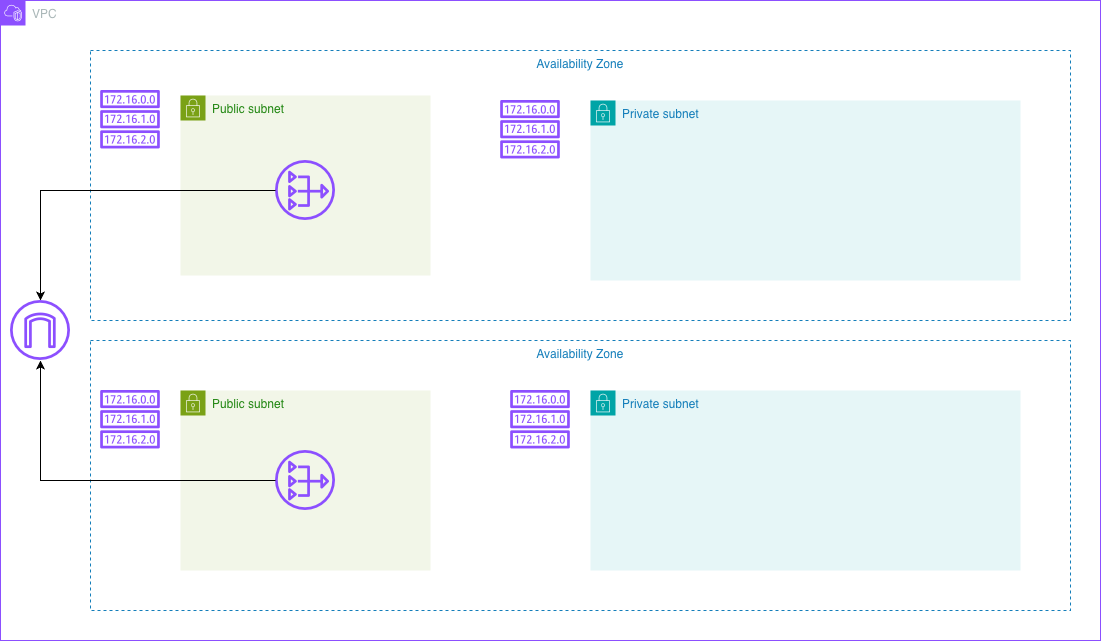
This is ecs-rds-deployment-architecture-diagram.drawio.png from jaheimpink77/ecs-rds-deployment, a draw.io export, as it was before one commit. Source tidied: cells renumbered, new cells last; positions are measured from the earlier drawing's top-left corner, leaving out a move shared by most shapes.
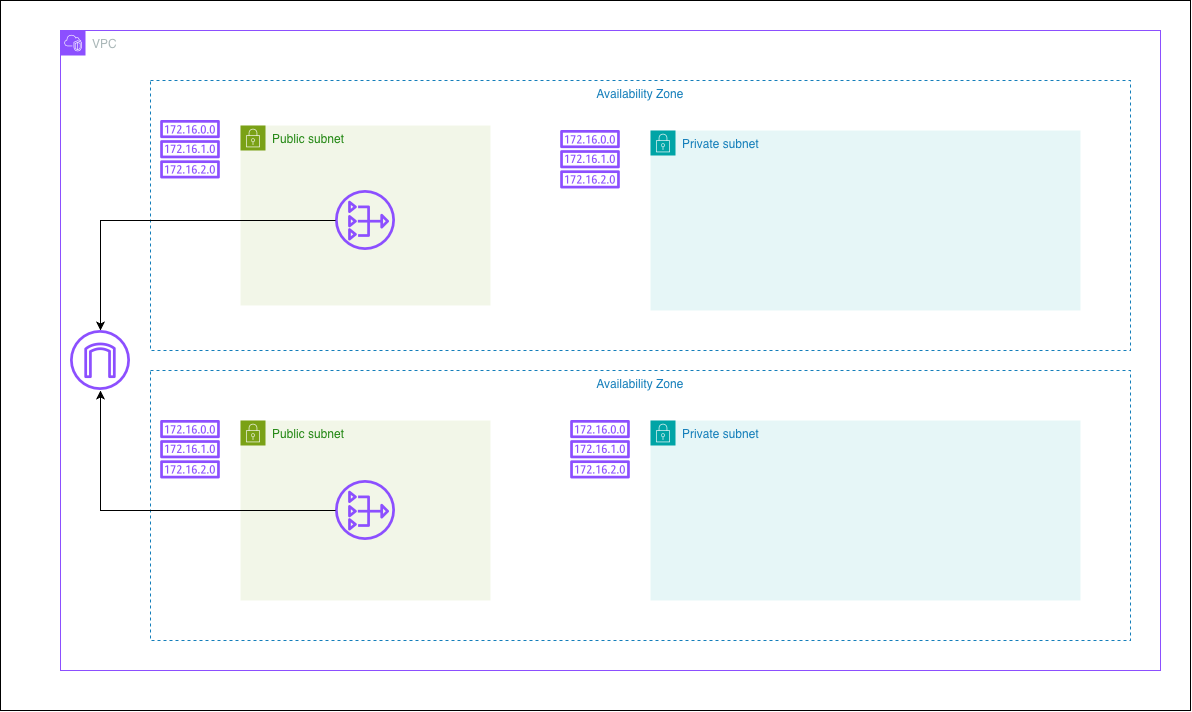
After the change.

What changed in the source:
```diff
@@ -2,6 +2,9 @@
   <root>
     <mxCell id="0" />
     <mxCell id="1" parent="0" />
+    <mxCell id="18" style="rounded=0;whiteSpace=wrap;html=1;" parent="1" vertex="1">
+      <mxGeometry x="-60" y="-30" width="1190" height="710" as="geometry" />
+    </mxCell>
     <mxCell id="2" value="VPC" style="gradientColor=none;html=1;whiteSpace=wrap;fontSize=12;fontStyle=0;shape=mxgraph.aws4.group;grIcon=mxgraph.aws4.group_vpc2;strokeColor=#8C4FFF;fillColor=none;verticalAlign=top;align=left;spacingLeft=30;fontColor=#AAB7B8;dashed=0;" parent="1" vertex="1">
       <mxGeometry width="1100" height="640" as="geometry" />
     </mxCell>
```
